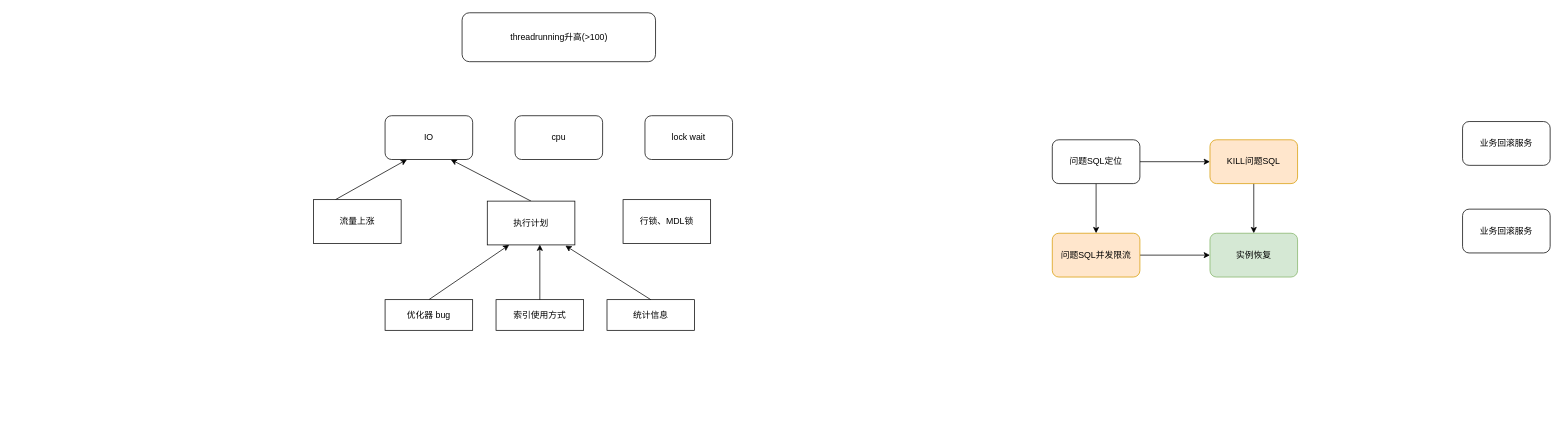
Earlier version of the draw.io diagram page "第 23 页" (23 of 23) of ksql.drawio (shangyu11/shang). Source tidied: cells renumbered, new cells numbered last; positions are measured from the earlier drawing's top-left corner, leaving out a move shared by most shapes. Both pictures are drawn from the tidied source at 73%, with x=0, y=0 at pixel (313, 12).
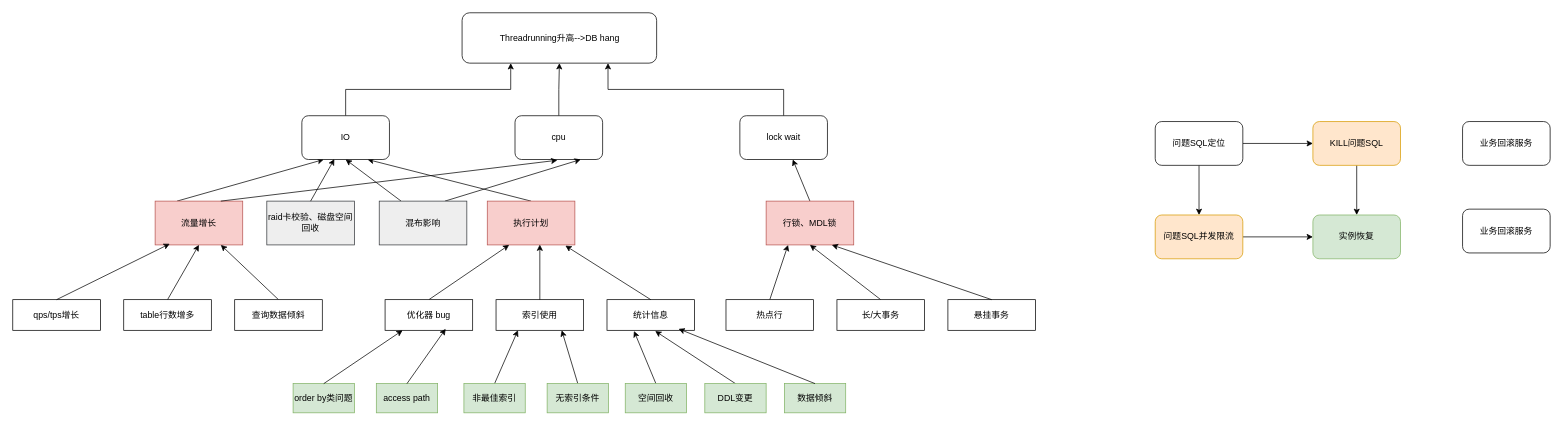
The same diagram, later.

Unchanged cells that the change refers to:
```xml
<mxCell id="8" value="cpu" style="rounded=1;whiteSpace=wrap;html=1;" parent="1" vertex="1">
  <mxGeometry x="276" y="141" width="120" height="60" as="geometry" />
</mxCell>
<mxCell id="11" value="优化器 bug" style="rounded=0;whiteSpace=wrap;html=1;" parent="1" vertex="1">
  <mxGeometry x="98" y="393" width="120" height="42" as="geometry" />
</mxCell>
<mxCell id="13" value="统计信息" style="rounded=0;whiteSpace=wrap;html=1;" parent="1" vertex="1">
  <mxGeometry x="402" y="393" width="120" height="42" as="geometry" />
</mxCell>
```

What changed in the source:
```diff
@@
-    <mxCell id="3" value="流量上涨" style="rounded=0;whiteSpace=wrap;html=1;" parent="1" vertex="1">
-      <mxGeometry y="256" width="120" height="60" as="geometry" />
+    <mxCell id="3" value="流量增长" style="rounded=0;whiteSpace=wrap;html=1;fillColor=#f8cecc;strokeColor=#b85450;" parent="1" vertex="1">
+      <mxGeometry x="-217" y="258" width="120" height="60" as="geometry" />
     </mxCell>
@@
-    <mxCell id="5" value="执行计划" style="rounded=0;whiteSpace=wrap;html=1;" parent="1" vertex="1">
+    <mxCell id="5" value="执行计划" style="rounded=0;whiteSpace=wrap;html=1;fillColor=#f8cecc;strokeColor=#b85450;" parent="1" vertex="1">
       <mxGeometry x="238" y="258" width="120" height="60" as="geometry" />
     </mxCell>
+    <mxCell id="27" style="rounded=0;jettySize=auto;html=1;exitX=0.5;exitY=0;exitDx=0;exitDy=0;" parent="1" edge="1" source="6" target="9">
+      <mxGeometry relative="1" as="geometry" />
+    </mxCell>
-    <mxCell id="6" value="行锁、MDL锁" style="rounded=0;whiteSpace=wrap;html=1;" parent="1" vertex="1">
-      <mxGeometry x="424" y="256" width="120" height="60" as="geometry" />
+    <mxCell id="6" value="行锁、MDL锁" style="rounded=0;whiteSpace=wrap;html=1;fillColor=#f8cecc;strokeColor=#b85450;" parent="1" vertex="1">
+      <mxGeometry x="620" y="258" width="120" height="60" as="geometry" />
     </mxCell>
+    <mxCell id="28" style="edgeStyle=orthogonalEdgeStyle;rounded=0;jettySize=auto;html=1;exitX=0.5;exitY=0;exitDx=0;exitDy=0;entryX=0.25;entryY=1;entryDx=0;entryDy=0;" parent="1" edge="1" source="7" target="16">
+      <mxGeometry relative="1" as="geometry" />
+    </mxCell>
     <mxCell id="7" value="IO" style="rounded=1;whiteSpace=wrap;html=1;" parent="1" vertex="1">
-      <mxGeometry x="98" y="141" width="120" height="60" as="geometry" />
+      <mxGeometry x="-16" y="141" width="120" height="60" as="geometry" />
     </mxCell>
+    <mxCell id="29" style="edgeStyle=orthogonalEdgeStyle;rounded=0;jettySize=auto;html=1;exitX=0.5;exitY=0;exitDx=0;exitDy=0;" parent="1" edge="1" source="8" target="16">
+      <mxGeometry relative="1" as="geometry" />
+    </mxCell>
@@
+    <mxCell id="30" style="edgeStyle=orthogonalEdgeStyle;rounded=0;jettySize=auto;html=1;exitX=0.5;exitY=0;exitDx=0;exitDy=0;entryX=0.75;entryY=1;entryDx=0;entryDy=0;" parent="1" edge="1" source="9" target="16">
+      <mxGeometry relative="1" as="geometry" />
+    </mxCell>
     <mxCell id="9" value="lock wait" style="rounded=1;whiteSpace=wrap;html=1;" parent="1" vertex="1">
-      <mxGeometry x="454" y="141" width="120" height="60" as="geometry" />
+      <mxGeometry x="584" y="141" width="120" height="60" as="geometry" />
     </mxCell>
@@
-    <mxCell id="12" value="索引使用方式" style="rounded=0;whiteSpace=wrap;html=1;" parent="1" vertex="1">
+    <mxCell id="12" value="索引使用" style="rounded=0;whiteSpace=wrap;html=1;" parent="1" vertex="1">
       <mxGeometry x="250" y="393" width="120" height="42" as="geometry" />
     </mxCell>
@@
-    <mxCell id="16" value="threadrunning升高(&amp;gt;100)" style="rounded=1;whiteSpace=wrap;html=1;" parent="1" vertex="1">
-      <mxGeometry x="203.5" width="265" height="67" as="geometry" />
+    <mxCell id="16" value="Threadrunning升高--&amp;gt;DB hang" style="rounded=1;whiteSpace=wrap;html=1;" parent="1" vertex="1">
+      <mxGeometry x="203.5" width="266.5" height="69" as="geometry" />
     </mxCell>
@@
     <mxCell id="19" value="问题SQL定位" style="rounded=1;whiteSpace=wrap;html=1;" parent="1" vertex="1">
-      <mxGeometry x="1012" y="174" width="120" height="60" as="geometry" />
+      <mxGeometry x="1153" y="149" width="120" height="60" as="geometry" />
     </mxCell>
@@
     <mxCell id="21" value="KILL问题SQL" style="rounded=1;whiteSpace=wrap;html=1;fillColor=#ffe6cc;strokeColor=#d79b00;" parent="1" vertex="1">
-      <mxGeometry x="1228" y="174" width="120" height="60" as="geometry" />
+      <mxGeometry x="1369" y="149" width="120" height="60" as="geometry" />
     </mxCell>
@@
     <mxCell id="23" value="问题SQL并发限流" style="rounded=1;whiteSpace=wrap;html=1;fillColor=#ffe6cc;strokeColor=#d79b00;" parent="1" vertex="1">
-      <mxGeometry x="1012" y="302" width="120" height="60" as="geometry" />
+      <mxGeometry x="1153" y="277" width="120" height="60" as="geometry" />
     </mxCell>
     <mxCell id="24" value="实例恢复" style="rounded=1;whiteSpace=wrap;html=1;fillColor=#d5e8d4;strokeColor=#82b366;" parent="1" vertex="1">
-      <mxGeometry x="1228" y="302" width="120" height="60" as="geometry" />
+      <mxGeometry x="1369" y="277" width="120" height="60" as="geometry" />
     </mxCell>
@@
+    <mxCell id="31" style="rounded=0;jettySize=auto;html=1;exitX=0.5;exitY=0;exitDx=0;exitDy=0;" parent="1" edge="1" source="32">
+      <mxGeometry relative="1" as="geometry">
+        <mxPoint x="468" y="436" as="targetPoint" />
+      </mxGeometry>
+    </mxCell>
+    <mxCell id="32" value="DDL变更" style="rounded=0;whiteSpace=wrap;html=1;fillColor=#d5e8d4;strokeColor=#82b366;" parent="1" vertex="1">
+      <mxGeometry x="536" y="508" width="84" height="40" as="geometry" />
+    </mxCell>
+    <mxCell id="33" style="rounded=0;jettySize=auto;html=1;exitX=0.5;exitY=0;exitDx=0;exitDy=0;" parent="1" edge="1" source="34">
+      <mxGeometry relative="1" as="geometry">
+        <mxPoint x="439" y="436" as="targetPoint" />
+      </mxGeometry>
+    </mxCell>
+    <mxCell id="34" value="空间回收" style="rounded=0;whiteSpace=wrap;html=1;fillColor=#d5e8d4;strokeColor=#82b366;" parent="1" vertex="1">
+      <mxGeometry x="427" y="508" width="84" height="40" as="geometry" />
+    </mxCell>
+    <mxCell id="35" style="rounded=0;jettySize=auto;html=1;exitX=0.5;exitY=0;exitDx=0;exitDy=0;entryX=0.75;entryY=1;entryDx=0;entryDy=0;" parent="1" edge="1" source="36" target="12">
+      <mxGeometry relative="1" as="geometry" />
+    </mxCell>
+    <mxCell id="36" value="无索引条件" style="rounded=0;whiteSpace=wrap;html=1;fillColor=#d5e8d4;strokeColor=#82b366;" parent="1" vertex="1">
+      <mxGeometry x="320" y="508" width="84" height="40" as="geometry" />
+    </mxCell>
+    <mxCell id="37" style="rounded=0;jettySize=auto;html=1;exitX=0.5;exitY=0;exitDx=0;exitDy=0;entryX=0.25;entryY=1;entryDx=0;entryDy=0;" parent="1" edge="1" source="38" target="12">
+      <mxGeometry relative="1" as="geometry" />
+    </mxCell>
+    <mxCell id="38" value="非最佳索引" style="rounded=0;whiteSpace=wrap;html=1;fillColor=#d5e8d4;strokeColor=#82b366;" parent="1" vertex="1">
+      <mxGeometry x="206" y="508" width="84" height="40" as="geometry" />
+    </mxCell>
+    <mxCell id="39" value="access path" style="rounded=0;whiteSpace=wrap;html=1;fillColor=#d5e8d4;strokeColor=#82b366;" parent="1" vertex="1">
+      <mxGeometry x="86" y="508" width="84" height="40" as="geometry" />
+    </mxCell>
+    <mxCell id="40" value="order by类问题" style="rounded=0;whiteSpace=wrap;html=1;fillColor=#d5e8d4;strokeColor=#82b366;" parent="1" vertex="1">
+      <mxGeometry x="-28" y="508" width="84" height="40" as="geometry" />
+    </mxCell>
+    <mxCell id="41" value="数据倾斜" style="rounded=0;whiteSpace=wrap;html=1;fillColor=#d5e8d4;strokeColor=#82b366;" parent="1" vertex="1">
+      <mxGeometry x="645" y="508" width="84" height="40" as="geometry" />
+    </mxCell>
+    <mxCell id="42" style="rounded=0;jettySize=auto;html=1;exitX=0.5;exitY=0;exitDx=0;exitDy=0;entryX=0.817;entryY=0.952;entryDx=0;entryDy=0;entryPerimeter=0;" parent="1" edge="1" source="41" target="13">
+      <mxGeometry relative="1" as="geometry" />
+    </mxCell>
+    <mxCell id="43" style="rounded=0;jettySize=auto;html=1;exitX=0.5;exitY=0;exitDx=0;exitDy=0;entryX=0.2;entryY=1;entryDx=0;entryDy=0;entryPerimeter=0;" parent="1" edge="1" source="40" target="11">
+      <mxGeometry relative="1" as="geometry" />
+    </mxCell>
+    <mxCell id="44" style="rounded=0;jettySize=auto;html=1;exitX=0.5;exitY=0;exitDx=0;exitDy=0;entryX=0.692;entryY=0.952;entryDx=0;entryDy=0;entryPerimeter=0;" parent="1" edge="1" source="39" target="11">
+      <mxGeometry relative="1" as="geometry" />
+    </mxCell>
+    <mxCell id="45" style="rounded=0;jettySize=auto;html=1;exitX=0.75;exitY=0;exitDx=0;exitDy=0;" parent="1" edge="1" source="3">
+      <mxGeometry relative="1" as="geometry">
+        <mxPoint x="334" y="202" as="targetPoint" />
+      </mxGeometry>
+    </mxCell>
+    <mxCell id="46" value="qps/tps增长" style="rounded=0;whiteSpace=wrap;html=1;" parent="1" vertex="1">
+      <mxGeometry x="-412" y="393" width="120" height="42" as="geometry" />
+    </mxCell>
+    <mxCell id="47" style="rounded=0;jettySize=auto;html=1;exitX=0.5;exitY=0;exitDx=0;exitDy=0;entryX=0.5;entryY=1;entryDx=0;entryDy=0;" parent="1" edge="1" source="48" target="3">
+      <mxGeometry relative="1" as="geometry" />
+    </mxCell>
+    <mxCell id="48" value="table行数增多" style="rounded=0;whiteSpace=wrap;html=1;" parent="1" vertex="1">
+      <mxGeometry x="-260" y="393" width="120" height="42" as="geometry" />
+    </mxCell>
+    <mxCell id="49" style="rounded=0;jettySize=auto;html=1;exitX=0.5;exitY=0;exitDx=0;exitDy=0;entryX=0.75;entryY=1;entryDx=0;entryDy=0;" parent="1" edge="1" source="50" target="3">
+      <mxGeometry relative="1" as="geometry" />
+    </mxCell>
+    <mxCell id="50" value="查询数据倾斜" style="rounded=0;whiteSpace=wrap;html=1;" parent="1" vertex="1">
+      <mxGeometry x="-108" y="393" width="120" height="42" as="geometry" />
+    </mxCell>
+    <mxCell id="51" style="rounded=0;jettySize=auto;html=1;exitX=0.5;exitY=0;exitDx=0;exitDy=0;entryX=0.167;entryY=0.975;entryDx=0;entryDy=0;entryPerimeter=0;" parent="1" edge="1" source="46" target="3">
+      <mxGeometry relative="1" as="geometry" />
+    </mxCell>
+    <mxCell id="52" style="rounded=0;jettySize=auto;html=1;exitX=0.5;exitY=0;exitDx=0;exitDy=0;entryX=0.25;entryY=1;entryDx=0;entryDy=0;" parent="1" edge="1" source="53" target="6">
+      <mxGeometry relative="1" as="geometry" />
+    </mxCell>
+    <mxCell id="53" value="热点行" style="rounded=0;whiteSpace=wrap;html=1;" parent="1" vertex="1">
+      <mxGeometry x="565" y="393" width="120" height="42" as="geometry" />
+    </mxCell>
+    <mxCell id="54" style="rounded=0;jettySize=auto;html=1;exitX=0.5;exitY=0;exitDx=0;exitDy=0;entryX=0.5;entryY=1;entryDx=0;entryDy=0;" parent="1" edge="1" source="55" target="6">
+      <mxGeometry relative="1" as="geometry" />
+    </mxCell>
+    <mxCell id="55" value="长/大事务" style="rounded=0;whiteSpace=wrap;html=1;" parent="1" vertex="1">
+      <mxGeometry x="717" y="393" width="120" height="42" as="geometry" />
+    </mxCell>
+    <mxCell id="56" value="悬挂事务" style="rounded=0;whiteSpace=wrap;html=1;" parent="1" vertex="1">
+      <mxGeometry x="869" y="393" width="120" height="42" as="geometry" />
+    </mxCell>
+    <mxCell id="57" style="rounded=0;jettySize=auto;html=1;exitX=0.5;exitY=0;exitDx=0;exitDy=0;entryX=0.75;entryY=1;entryDx=0;entryDy=0;" parent="1" edge="1" source="56" target="6">
+      <mxGeometry relative="1" as="geometry" />
+    </mxCell>
+    <mxCell id="58" style="rounded=0;jettySize=auto;html=1;exitX=0.25;exitY=0;exitDx=0;exitDy=0;entryX=0.5;entryY=1;entryDx=0;entryDy=0;" parent="1" edge="1" source="60" target="7">
+      <mxGeometry relative="1" as="geometry" />
+    </mxCell>
+    <mxCell id="59" style="rounded=0;jettySize=auto;html=1;exitX=0.75;exitY=0;exitDx=0;exitDy=0;entryX=0.75;entryY=1;entryDx=0;entryDy=0;" parent="1" edge="1" source="60" target="8">
+      <mxGeometry relative="1" as="geometry" />
+    </mxCell>
+    <mxCell id="60" value="混布影响" style="rounded=0;whiteSpace=wrap;html=1;fillColor=#eeeeee;strokeColor=#36393d;" parent="1" vertex="1">
+      <mxGeometry x="90" y="258" width="120" height="60" as="geometry" />
+    </mxCell>
+    <mxCell id="61" value="raid卡校验、磁盘空间回收" style="rounded=0;whiteSpace=wrap;html=1;fillColor=#eeeeee;strokeColor=#36393d;" parent="1" vertex="1">
+      <mxGeometry x="-64" y="258" width="120" height="60" as="geometry" />
+    </mxCell>
+    <mxCell id="62" style="rounded=0;jettySize=auto;html=1;exitX=0.5;exitY=0;exitDx=0;exitDy=0;entryX=0.371;entryY=0.992;entryDx=0;entryDy=0;entryPerimeter=0;" parent="1" edge="1" source="61" target="7">
+      <mxGeometry relative="1" as="geometry" />
+    </mxCell>
```
